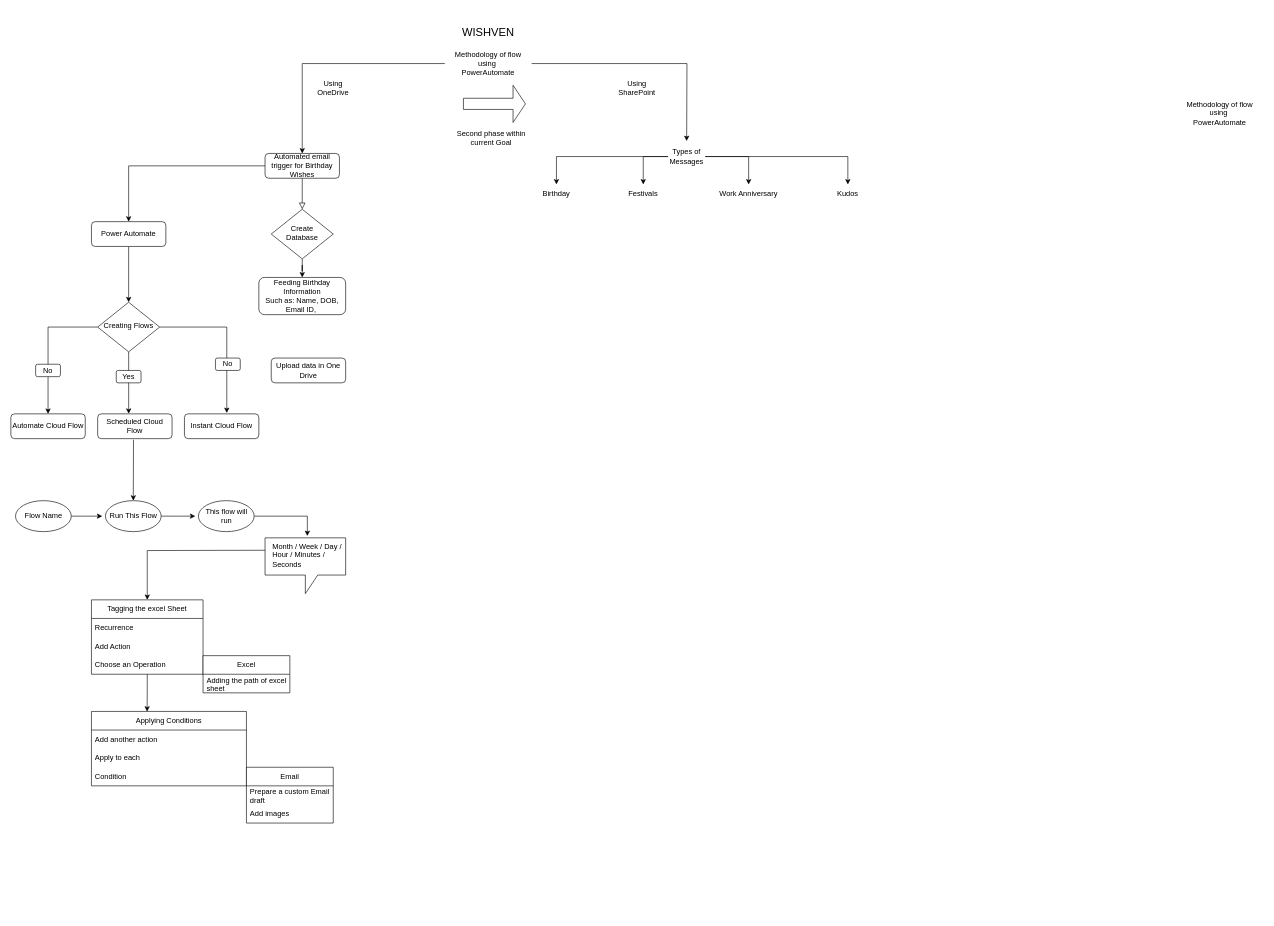
The draw.io diagram Untitled Diagram.drawio in Ratnavo/practicegitrd, before the edit. Source tidied: cells renumbered, new cells numbered last; positions are measured from the earlier drawing's top-left corner, leaving out a move shared by most shapes. Both pictures are drawn from the tidied source at 62%, with x=0, y=0 at pixel (11, 11).
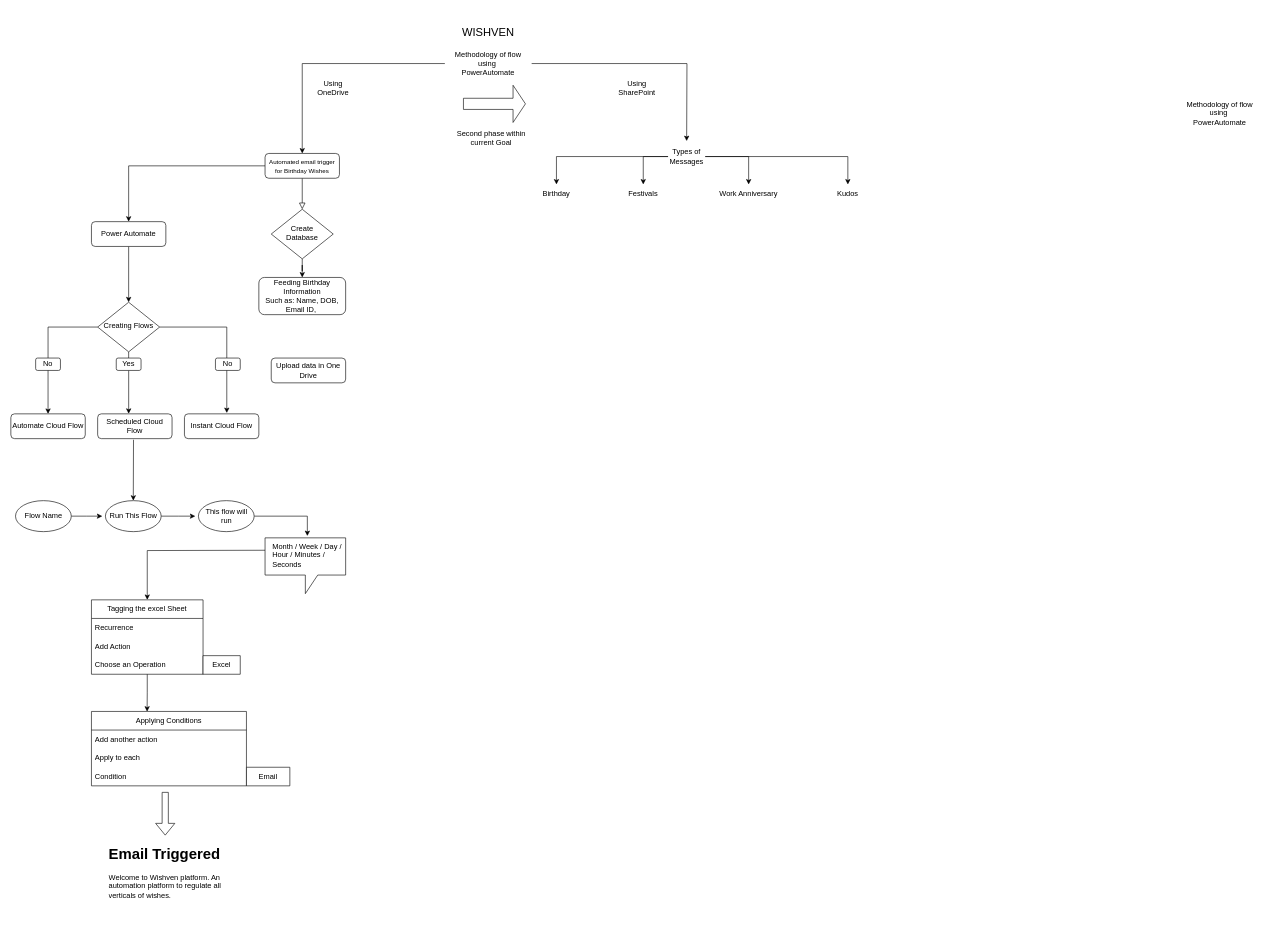
The same diagram, later.

The change refers to these unchanged cells:
```xml
<mxCell id="11" value="Creating Flows" style="rhombus;whiteSpace=wrap;html=1;shadow=0;fontFamily=Helvetica;fontSize=12;align=center;strokeWidth=1;spacing=6;spacingTop=-4;" parent="1" vertex="1">
  <mxGeometry x="140" y="470" width="100" height="80" as="geometry" />
</mxCell>
<mxCell id="33" value="Scheduled Cloud Flow" style="rounded=1;whiteSpace=wrap;html=1;fontSize=12;glass=0;strokeWidth=1;shadow=0;" parent="1" vertex="1">
  <mxGeometry x="140" y="650" width="120" height="40" as="geometry" />
</mxCell>
```

Diff of the diagram source:
```diff
@@
-    <mxCell id="4" value="Automated email trigger for Birthday Wishes" style="rounded=1;whiteSpace=wrap;html=1;fontSize=12;glass=0;strokeWidth=1;shadow=0;" parent="1" vertex="1">
+    <mxCell id="4" value="&lt;font style=&quot;font-size: 10px;&quot;&gt;Automated email trigger for Birthday Wishes&lt;/font&gt;" style="rounded=1;whiteSpace=wrap;html=1;fontSize=12;glass=0;strokeWidth=1;shadow=0;" parent="1" vertex="1">
       <mxGeometry x="410" y="230" width="120" height="40" as="geometry" />
     </mxCell>
@@
-    <mxCell id="10" style="edgeStyle=orthogonalEdgeStyle;rounded=0;jettySize=auto;html=1;entryX=0.417;entryY=-0.005;entryDx=0;entryDy=0;entryPerimeter=0;" parent="1" edge="1" source="11" target="33">
+    <mxCell id="10" style="edgeStyle=orthogonalEdgeStyle;rounded=0;jettySize=auto;html=1;entryX=0.417;entryY=-0.005;entryDx=0;entryDy=0;entryPerimeter=0;" parent="1" edge="1" source="37" target="33">
       <mxGeometry relative="1" as="geometry" />
     </mxCell>
@@
     <mxCell id="36" style="rounded=1;whiteSpace=wrap;html=1;" parent="1" vertex="1">
-      <mxGeometry x="40" y="570" width="40" height="20" as="geometry" />
+      <mxGeometry x="40" y="560" width="40" height="20" as="geometry" />
     </mxCell>
-    <mxCell id="37" style="rounded=1;whiteSpace=wrap;html=1;" parent="1" vertex="1">
-      <mxGeometry x="170" y="580" width="40" height="20" as="geometry" />
-    </mxCell>
@@
     <mxCell id="39" value="No" style="text;strokeColor=none;align=center;fillColor=none;html=1;verticalAlign=middle;whiteSpace=wrap;rounded=0;" parent="1" vertex="1">
-      <mxGeometry x="330" y="560" width="40" height="20" as="geometry" />
+      <mxGeometry x="40" y="560" width="40" height="20" as="geometry" />
     </mxCell>
     <mxCell id="40" value="No" style="text;strokeColor=none;align=center;fillColor=none;html=1;verticalAlign=middle;whiteSpace=wrap;rounded=0;" parent="1" vertex="1">
-      <mxGeometry x="40" y="570" width="40" height="20" as="geometry" />
+      <mxGeometry x="330" y="560" width="40" height="20" as="geometry" />
     </mxCell>
-    <mxCell id="41" value="Yes" style="text;strokeColor=none;align=center;fillColor=none;html=1;verticalAlign=middle;whiteSpace=wrap;rounded=0;" parent="1" vertex="1">
-      <mxGeometry x="170" y="580" width="40" height="20" as="geometry" />
-    </mxCell>
@@
-    <mxCell id="57" value="Excel" style="swimlane;fontStyle=0;horizontal=1;startSize=30;whiteSpace=wrap;html=1;" parent="1" vertex="1">
-      <mxGeometry x="310" y="1040" width="140" height="60" as="geometry" />
+    <mxCell id="57" value="Excel" style="swimlane;fontStyle=0;horizontal=1;startSize=30;whiteSpace=wrap;html=1;" parent="1" vertex="1" collapsed="1">
+      <mxGeometry x="310" y="1040" width="60" height="30" as="geometry" />
     </mxCell>
-    <mxCell id="58" value="Adding the path of excel sheet" style="text;strokeColor=none;fillColor=none;align=left;verticalAlign=middle;spacingLeft=4;spacingRight=4;overflow=hidden;whiteSpace=wrap;html=1;" parent="57" vertex="1">
-      <mxGeometry y="30" width="140" height="30" as="geometry" />
-    </mxCell>
@@
-    <mxCell id="63" value="Email" style="swimlane;fontStyle=0;horizontal=1;startSize=30;whiteSpace=wrap;html=1;" parent="1" vertex="1">
-      <mxGeometry x="380" y="1220" width="140" height="90" as="geometry" />
+    <mxCell id="63" value="Email" style="swimlane;fontStyle=0;horizontal=1;startSize=30;whiteSpace=wrap;html=1;" parent="1" vertex="1" collapsed="1">
+      <mxGeometry x="380" y="1220" width="70" height="30" as="geometry" />
     </mxCell>
-    <mxCell id="64" value="Prepare a custom Email draft" style="text;strokeColor=none;fillColor=none;align=left;verticalAlign=middle;spacingLeft=4;spacingRight=4;overflow=hidden;whiteSpace=wrap;html=1;" parent="63" vertex="1">
-      <mxGeometry y="30" width="140" height="30" as="geometry" />
-    </mxCell>
-    <mxCell id="65" value="Add images" style="text;strokeColor=none;fillColor=none;align=left;verticalAlign=middle;spacingLeft=4;spacingRight=4;overflow=hidden;whiteSpace=wrap;html=1;" parent="63" vertex="1">
-      <mxGeometry y="60" width="140" height="30" as="geometry" />
-    </mxCell>
+    <mxCell id="66" style="edgeStyle=orthogonalEdgeStyle;rounded=0;jettySize=auto;html=1;entryX=0.417;entryY=-0.005;entryDx=0;entryDy=0;entryPerimeter=0;" parent="1" edge="1" source="11" target="37">
+      <mxGeometry relative="1" as="geometry" />
+    </mxCell>
+    <mxCell id="37" style="rounded=1;whiteSpace=wrap;html=1;" parent="1" vertex="1">
+      <mxGeometry x="170" y="560" width="40" height="20" as="geometry" />
+    </mxCell>
+    <mxCell id="41" value="Yes" style="text;strokeColor=none;align=center;fillColor=none;html=1;verticalAlign=middle;whiteSpace=wrap;rounded=0;" parent="1" vertex="1">
+      <mxGeometry x="170" y="560" width="40" height="20" as="geometry" />
+    </mxCell>
+    <mxCell id="67" value="&lt;h1&gt;Email Triggered&lt;/h1&gt;&lt;p&gt;Welcome to Wishven platform. An automation platform to regulate all verticals of wishes.&lt;/p&gt;" style="text;html=1;strokeColor=none;fillColor=none;spacing=5;spacingTop=-20;whiteSpace=wrap;overflow=hidden;rounded=0;" parent="1" vertex="1">
+      <mxGeometry x="152.5" y="1340" width="190" height="120" as="geometry" />
+    </mxCell>
+    <mxCell id="68" style="shape=flexArrow;endArrow=classic;html=1;rounded=0;" parent="1" edge="1">
+      <mxGeometry relative="1" as="geometry">
+        <mxPoint x="249" y="1260" as="sourcePoint" />
+        <mxPoint x="249" y="1330" as="targetPoint" />
+      </mxGeometry>
+    </mxCell>
```
